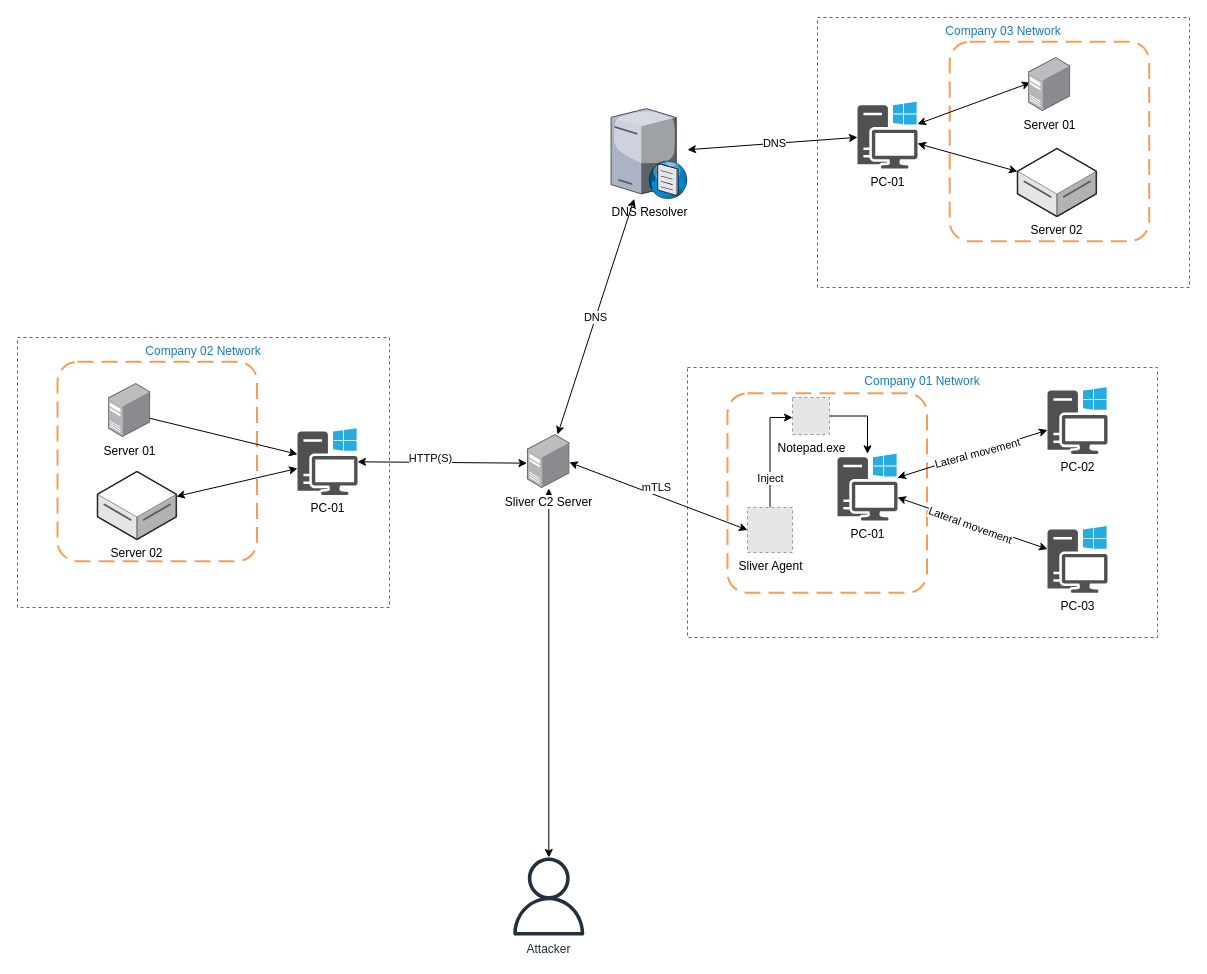
Earlier version of the draw.io diagram page "Main-model" (1 of 3) of C2_model.drawio (lephuduc/kayumi). Source tidied: cells renumbered, new cells numbered last; positions are measured from the earlier drawing's top-left corner, leaving out a move shared by most shapes. Both pictures are drawn from the tidied source at 100%, with x=0, y=0 at pixel (17, 17). Pictures stored in the file or linked from it are replaced by grey dashed boxes.
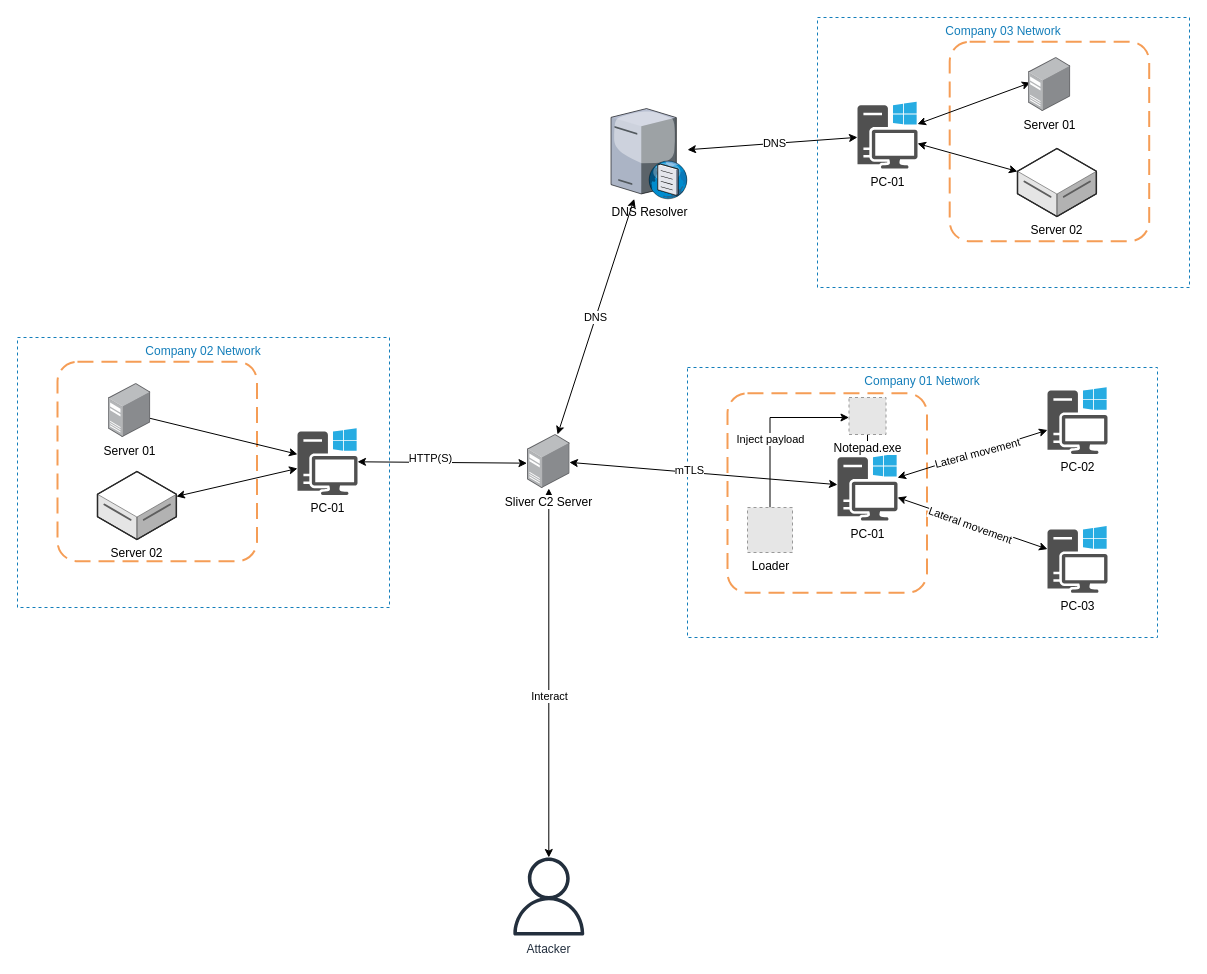
Above is the later version.

The change refers to these unchanged cells:
```xml
<mxCell id="4" value="PC-01" style="sketch=0;shadow=0;dashed=0;html=1;strokeColor=none;fillColor=#505050;labelPosition=center;verticalLabelPosition=bottom;verticalAlign=top;outlineConnect=0;align=center;shape=mxgraph.office.devices.workstation_pc;" parent="1" vertex="1">
  <mxGeometry x="820" y="436.3" width="60" height="66.7" as="geometry" />
</mxCell>
<mxCell id="6" style="endArrow=classic;startArrow=classic;html=1;rounded=0;" parent="1" edge="1" source="5" target="7">
  <mxGeometry relative="1" as="geometry" />
</mxCell>
<mxCell id="7" value="Sliver C2 Server" style="image;points=[];html=1;align=center;shadow=0;dashed=0;image=img/lib/allied_telesis/computer_and_terminals/Server_Desktop.svg;" parent="1" vertex="1">
  <mxGeometry x="510" y="417" width="42.6" height="54" as="geometry" />
</mxCell>
<mxCell id="8" style="edgeStyle=orthogonalEdgeStyle;rounded=0;jettySize=auto;html=1;" parent="1" edge="1" source="10" target="19">
  <mxGeometry relative="1" as="geometry">
    <Array as="points">
      <mxPoint x="753" y="400" />
    </Array>
  </mxGeometry>
</mxCell>
```

What changed in the source:
```diff
@@
+    <mxCell id="42" value="Interact" style="edgeLabel;html=1;align=center;verticalAlign=middle;" parent="6" vertex="1">
+      <mxGeometry x="-0.12" relative="1" as="geometry" />
+    </mxCell>
@@
-    <mxCell id="9" value="Inject" style="edgeLabel;html=1;align=center;verticalAlign=middle;" parent="8" vertex="1">
+    <mxCell id="9" value="Inject payload" style="edgeLabel;html=1;align=center;verticalAlign=middle;" parent="8" vertex="1">
       <mxGeometry x="-0.21" relative="1" as="geometry">
-        <mxPoint y="14" as="offset" />
+        <mxPoint y="-2" as="offset" />
       </mxGeometry>
     </mxCell>
-    <mxCell id="10" value="Sliver Agent" style="fillColor=#E6E6E6;strokeColor=#999999;dashed=1;html=1;verticalAlign=top;verticalLabelPosition=bottom;labelBackgroundColor=#ffffff;" parent="1" vertex="1">
+    <mxCell id="10" value="Loader" style="fillColor=#E6E6E6;strokeColor=#999999;dashed=1;html=1;verticalAlign=top;verticalLabelPosition=bottom;labelBackgroundColor=#ffffff;" parent="1" vertex="1">
       <mxGeometry x="730" y="490" width="45" height="45" as="geometry" />
     </mxCell>
-    <mxCell id="11" style="endArrow=classic;startArrow=classic;html=1;rounded=0;entryX=0;entryY=0.5;entryDx=0;entryDy=0;exitX=0.983;exitY=0.516;exitDx=0;exitDy=0;exitPerimeter=0;" parent="1" edge="1" source="7" target="10">
+    <mxCell id="11" style="endArrow=classic;startArrow=classic;html=1;rounded=0;exitX=0.983;exitY=0.516;exitDx=0;exitDy=0;exitPerimeter=0;" parent="1" edge="1" source="7" target="4">
       <mxGeometry relative="1" as="geometry" />
     </mxCell>
@@
     <mxCell id="19" value="Notepad.exe" style="fillColor=#E6E6E6;strokeColor=#999999;dashed=1;html=1;verticalAlign=top;verticalLabelPosition=bottom;labelBackgroundColor=#ffffff;" parent="1" vertex="1">
-      <mxGeometry x="775" y="380" width="37" height="37" as="geometry" />
+      <mxGeometry x="831.5" y="380" width="37" height="37" as="geometry" />
     </mxCell>
```
